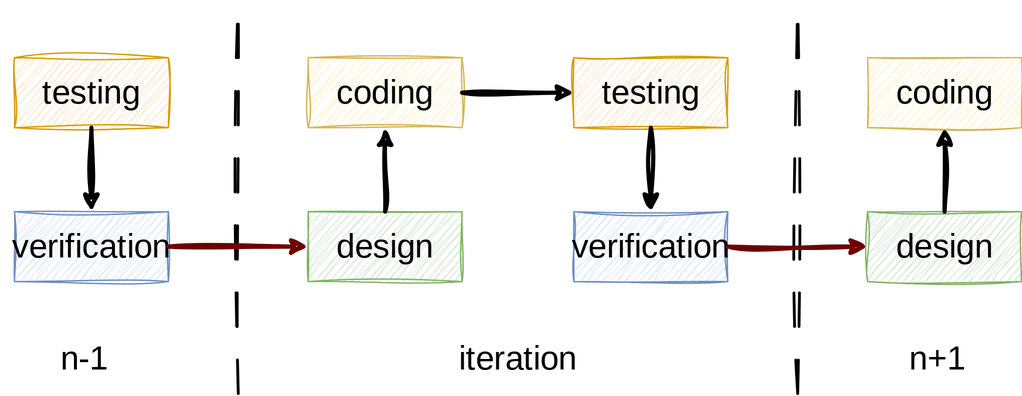
The draw.io diagram lectures/figures/iterative.drawio.svg in pintergreg/software-engineering, before a commit. Source tidied: cells renumbered, new cells last; positions are measured from the earlier drawing's top-left corner, leaving out a move shared by most shapes. Source of this version:
```xml
<mxGraphModel>
  <root>
    <mxCell id="0" />
    <mxCell id="1" parent="0" />
    <mxCell id="2" value="design" style="rounded=0;whiteSpace=wrap;html=1;fontSize=24;fontFamily=Delicious Handrawn;fontSource=https%3A%2F%2Ffonts.googleapis.com%2Fcss%3Ffamily%3DDelicious%2BHandrawn;fillColor=#d5e8d4;strokeColor=#82b366;sketch=1;curveFitting=1;jiggle=2;" parent="1" vertex="1">
      <mxGeometry x="220" y="150" width="110" height="50" as="geometry" />
    </mxCell>
    <mxCell id="3" value="coding" style="rounded=0;whiteSpace=wrap;html=1;fontSize=24;fontFamily=Delicious Handrawn;fontSource=https%3A%2F%2Ffonts.googleapis.com%2Fcss%3Ffamily%3DDelicious%2BHandrawn;fillColor=#fff2cc;strokeColor=#d6b656;sketch=1;curveFitting=1;jiggle=2;" parent="1" vertex="1">
      <mxGeometry x="220" y="40" width="110" height="50" as="geometry" />
    </mxCell>
    <mxCell id="4" value="testing" style="rounded=0;whiteSpace=wrap;html=1;fontSize=24;fontFamily=Delicious Handrawn;fontSource=https%3A%2F%2Ffonts.googleapis.com%2Fcss%3Ffamily%3DDelicious%2BHandrawn;fillColor=#ffe6cc;strokeColor=#d79b00;sketch=1;curveFitting=1;jiggle=2;" parent="1" vertex="1">
      <mxGeometry x="410" y="40" width="110" height="50" as="geometry" />
    </mxCell>
    <mxCell id="5" value="verification" style="rounded=0;whiteSpace=wrap;html=1;fontSize=24;fontFamily=Delicious Handrawn;fontSource=https%3A%2F%2Ffonts.googleapis.com%2Fcss%3Ffamily%3DDelicious%2BHandrawn;fillColor=#dae8fc;strokeColor=#6c8ebf;sketch=1;curveFitting=1;jiggle=2;" parent="1" vertex="1">
      <mxGeometry x="410" y="150" width="110" height="50" as="geometry" />
    </mxCell>
    <mxCell id="6" style="endArrow=classic;html=1;rounded=0;strokeWidth=3;sketch=1;curveFitting=1;jiggle=2;" parent="1" edge="1" source="2" target="3">
      <mxGeometry relative="1" as="geometry" />
    </mxCell>
    <mxCell id="7" style="endArrow=classic;html=1;rounded=0;strokeWidth=3;sketch=1;curveFitting=1;jiggle=2;" parent="1" edge="1" source="3" target="4">
      <mxGeometry relative="1" as="geometry" />
    </mxCell>
    <mxCell id="8" style="endArrow=classic;html=1;rounded=0;strokeWidth=3;sketch=1;curveFitting=1;jiggle=2;" parent="1" edge="1" source="4" target="5">
      <mxGeometry relative="1" as="geometry" />
    </mxCell>
    <mxCell id="9" style="endArrow=none;html=1;rounded=0;sketch=1;curveFitting=1;jiggle=2;strokeWidth=2;dashed=1;dashPattern=12 12;" parent="1" edge="1">
      <mxGeometry relative="1" as="geometry">
        <mxPoint x="170" y="280" as="sourcePoint" />
        <mxPoint x="170" as="targetPoint" />
      </mxGeometry>
    </mxCell>
    <mxCell id="10" style="endArrow=none;html=1;rounded=0;strokeWidth=2;dashed=1;dashPattern=12 12;sketch=1;curveFitting=1;jiggle=2;" parent="1" edge="1">
      <mxGeometry relative="1" as="geometry">
        <mxPoint x="570" y="280" as="sourcePoint" />
        <mxPoint x="570" as="targetPoint" />
      </mxGeometry>
    </mxCell>
    <mxCell id="11" value="design" style="rounded=0;whiteSpace=wrap;html=1;fontSize=24;fontFamily=Delicious Handrawn;fontSource=https%3A%2F%2Ffonts.googleapis.com%2Fcss%3Ffamily%3DDelicious%2BHandrawn;fillColor=#d5e8d4;strokeColor=#82b366;sketch=1;curveFitting=1;jiggle=2;" parent="1" vertex="1">
      <mxGeometry x="620" y="150" width="110" height="50" as="geometry" />
    </mxCell>
    <mxCell id="12" value="coding" style="rounded=0;whiteSpace=wrap;html=1;fontSize=24;fontFamily=Delicious Handrawn;fontSource=https%3A%2F%2Ffonts.googleapis.com%2Fcss%3Ffamily%3DDelicious%2BHandrawn;fillColor=#fff2cc;strokeColor=#d6b656;sketch=1;curveFitting=1;jiggle=2;" parent="1" vertex="1">
      <mxGeometry x="620" y="40" width="110" height="50" as="geometry" />
    </mxCell>
    <mxCell id="13" style="endArrow=classic;html=1;rounded=0;strokeWidth=3;sketch=1;curveFitting=1;jiggle=2;" parent="1" edge="1" source="11" target="12">
      <mxGeometry relative="1" as="geometry" />
    </mxCell>
    <mxCell id="14" value="testing" style="rounded=0;whiteSpace=wrap;html=1;fontSize=24;fontFamily=Delicious Handrawn;fontSource=https%3A%2F%2Ffonts.googleapis.com%2Fcss%3Ffamily%3DDelicious%2BHandrawn;fillColor=#ffe6cc;strokeColor=#d79b00;sketch=1;curveFitting=1;jiggle=2;" parent="1" vertex="1">
      <mxGeometry x="10" y="40" width="110" height="50" as="geometry" />
    </mxCell>
    <mxCell id="15" value="verification" style="rounded=0;whiteSpace=wrap;html=1;fontSize=24;fontFamily=Delicious Handrawn;fontSource=https%3A%2F%2Ffonts.googleapis.com%2Fcss%3Ffamily%3DDelicious%2BHandrawn;fillColor=#dae8fc;strokeColor=#6c8ebf;sketch=1;curveFitting=1;jiggle=2;" parent="1" vertex="1">
      <mxGeometry x="10" y="150" width="110" height="50" as="geometry" />
    </mxCell>
    <mxCell id="16" style="endArrow=classic;html=1;rounded=0;strokeWidth=3;sketch=1;curveFitting=1;jiggle=2;" parent="1" edge="1" source="14" target="15">
      <mxGeometry relative="1" as="geometry" />
    </mxCell>
    <mxCell id="17" style="endArrow=classic;html=1;rounded=0;strokeWidth=3;sketch=1;curveFitting=1;jiggle=2;fillColor=#a20025;strokeColor=#6F0000;" parent="1" edge="1" source="15" target="2">
      <mxGeometry relative="1" as="geometry" />
    </mxCell>
    <mxCell id="18" style="endArrow=classic;html=1;rounded=0;strokeWidth=3;sketch=1;curveFitting=1;jiggle=2;fillColor=#a20025;strokeColor=#6F0000;" parent="1" edge="1" source="5" target="11">
      <mxGeometry relative="1" as="geometry" />
    </mxCell>
    <mxCell id="19" value="iteration" style="text;html=1;align=center;verticalAlign=middle;whiteSpace=wrap;rounded=0;fontFamily=Delicious Handrawn;fontSource=https%3A%2F%2Ffonts.googleapis.com%2Fcss%3Ffamily%3DDelicious%2BHandrawn;fontSize=24;" parent="1" vertex="1">
      <mxGeometry x="290" y="240" width="160" height="30" as="geometry" />
    </mxCell>
    <mxCell id="20" value="n+1" style="text;html=1;align=center;verticalAlign=middle;whiteSpace=wrap;rounded=0;fontFamily=Delicious Handrawn;fontSource=https%3A%2F%2Ffonts.googleapis.com%2Fcss%3Ffamily%3DDelicious%2BHandrawn;fontSize=24;" parent="1" vertex="1">
      <mxGeometry x="610" y="240" width="120" height="30" as="geometry" />
    </mxCell>
    <mxCell id="21" value="n-1" style="text;html=1;align=center;verticalAlign=middle;whiteSpace=wrap;rounded=0;fontFamily=Delicious Handrawn;fontSource=https%3A%2F%2Ffonts.googleapis.com%2Fcss%3Ffamily%3DDelicious%2BHandrawn;fontSize=24;" parent="1" vertex="1">
      <mxGeometry y="240" width="120" height="30" as="geometry" />
    </mxCell>
  </root>
</mxGraphModel>
```
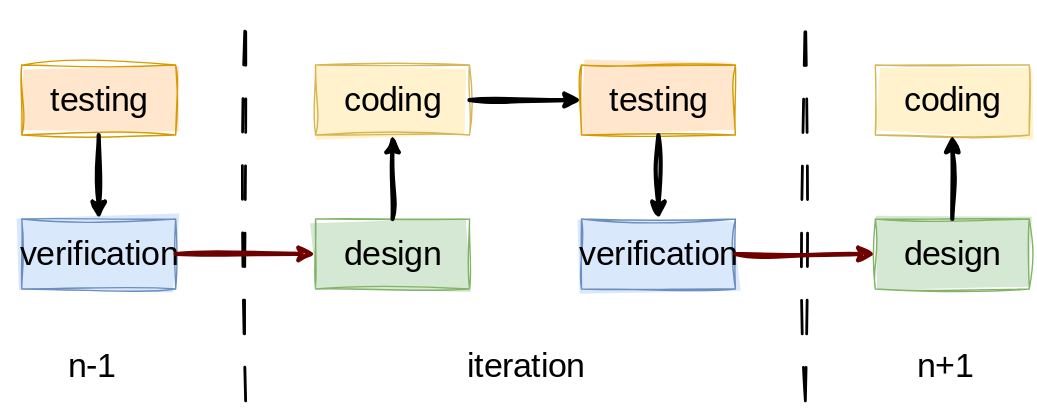
Above is the later version.

Change to the diagram source:
```diff
@@ -2,16 +2,16 @@
   <root>
     <mxCell id="0" />
     <mxCell id="1" parent="0" />
-    <mxCell id="2" value="design" style="rounded=0;whiteSpace=wrap;html=1;fontSize=24;fontFamily=Delicious Handrawn;fontSource=https%3A%2F%2Ffonts.googleapis.com%2Fcss%3Ffamily%3DDelicious%2BHandrawn;fillColor=#d5e8d4;strokeColor=#82b366;sketch=1;curveFitting=1;jiggle=2;" parent="1" vertex="1">
+    <mxCell id="2" value="design" style="rounded=0;whiteSpace=wrap;html=1;fontSize=24;fontFamily=Delicious Handrawn;fontSource=https%3A%2F%2Ffonts.googleapis.com%2Fcss%3Ffamily%3DDelicious%2BHandrawn;fillColor=#d5e8d4;strokeColor=#82b366;sketch=1;curveFitting=1;jiggle=2;fillStyle=solid;" parent="1" vertex="1">
       <mxGeometry x="220" y="150" width="110" height="50" as="geometry" />
     </mxCell>
-    <mxCell id="3" value="coding" style="rounded=0;whiteSpace=wrap;html=1;fontSize=24;fontFamily=Delicious Handrawn;fontSource=https%3A%2F%2Ffonts.googleapis.com%2Fcss%3Ffamily%3DDelicious%2BHandrawn;fillColor=#fff2cc;strokeColor=#d6b656;sketch=1;curveFitting=1;jiggle=2;" parent="1" vertex="1">
+    <mxCell id="3" value="coding" style="rounded=0;whiteSpace=wrap;html=1;fontSize=24;fontFamily=Delicious Handrawn;fontSource=https%3A%2F%2Ffonts.googleapis.com%2Fcss%3Ffamily%3DDelicious%2BHandrawn;fillColor=#fff2cc;strokeColor=#d6b656;sketch=1;curveFitting=1;jiggle=2;fillStyle=solid;" parent="1" vertex="1">
       <mxGeometry x="220" y="40" width="110" height="50" as="geometry" />
     </mxCell>
-    <mxCell id="4" value="testing" style="rounded=0;whiteSpace=wrap;html=1;fontSize=24;fontFamily=Delicious Handrawn;fontSource=https%3A%2F%2Ffonts.googleapis.com%2Fcss%3Ffamily%3DDelicious%2BHandrawn;fillColor=#ffe6cc;strokeColor=#d79b00;sketch=1;curveFitting=1;jiggle=2;" parent="1" vertex="1">
+    <mxCell id="4" value="testing" style="rounded=0;whiteSpace=wrap;html=1;fontSize=24;fontFamily=Delicious Handrawn;fontSource=https%3A%2F%2Ffonts.googleapis.com%2Fcss%3Ffamily%3DDelicious%2BHandrawn;fillColor=#ffe6cc;strokeColor=#d79b00;sketch=1;curveFitting=1;jiggle=2;fillStyle=solid;" parent="1" vertex="1">
       <mxGeometry x="410" y="40" width="110" height="50" as="geometry" />
     </mxCell>
-    <mxCell id="5" value="verification" style="rounded=0;whiteSpace=wrap;html=1;fontSize=24;fontFamily=Delicious Handrawn;fontSource=https%3A%2F%2Ffonts.googleapis.com%2Fcss%3Ffamily%3DDelicious%2BHandrawn;fillColor=#dae8fc;strokeColor=#6c8ebf;sketch=1;curveFitting=1;jiggle=2;" parent="1" vertex="1">
+    <mxCell id="5" value="verification" style="rounded=0;whiteSpace=wrap;html=1;fontSize=24;fontFamily=Delicious Handrawn;fontSource=https%3A%2F%2Ffonts.googleapis.com%2Fcss%3Ffamily%3DDelicious%2BHandrawn;fillColor=#dae8fc;strokeColor=#6c8ebf;sketch=1;curveFitting=1;jiggle=2;fillStyle=solid;" parent="1" vertex="1">
       <mxGeometry x="410" y="150" width="110" height="50" as="geometry" />
     </mxCell>
     <mxCell id="6" style="endArrow=classic;html=1;rounded=0;strokeWidth=3;sketch=1;curveFitting=1;jiggle=2;" parent="1" edge="1" source="2" target="3">
@@ -35,19 +35,19 @@
         <mxPoint x="570" as="targetPoint" />
       </mxGeometry>
     </mxCell>
-    <mxCell id="11" value="design" style="rounded=0;whiteSpace=wrap;html=1;fontSize=24;fontFamily=Delicious Handrawn;fontSource=https%3A%2F%2Ffonts.googleapis.com%2Fcss%3Ffamily%3DDelicious%2BHandrawn;fillColor=#d5e8d4;strokeColor=#82b366;sketch=1;curveFitting=1;jiggle=2;" parent="1" vertex="1">
+    <mxCell id="11" value="design" style="rounded=0;whiteSpace=wrap;html=1;fontSize=24;fontFamily=Delicious Handrawn;fontSource=https%3A%2F%2Ffonts.googleapis.com%2Fcss%3Ffamily%3DDelicious%2BHandrawn;fillColor=#d5e8d4;strokeColor=#82b366;sketch=1;curveFitting=1;jiggle=2;fillStyle=solid;" parent="1" vertex="1">
       <mxGeometry x="620" y="150" width="110" height="50" as="geometry" />
     </mxCell>
-    <mxCell id="12" value="coding" style="rounded=0;whiteSpace=wrap;html=1;fontSize=24;fontFamily=Delicious Handrawn;fontSource=https%3A%2F%2Ffonts.googleapis.com%2Fcss%3Ffamily%3DDelicious%2BHandrawn;fillColor=#fff2cc;strokeColor=#d6b656;sketch=1;curveFitting=1;jiggle=2;" parent="1" vertex="1">
+    <mxCell id="12" value="coding" style="rounded=0;whiteSpace=wrap;html=1;fontSize=24;fontFamily=Delicious Handrawn;fontSource=https%3A%2F%2Ffonts.googleapis.com%2Fcss%3Ffamily%3DDelicious%2BHandrawn;fillColor=#fff2cc;strokeColor=#d6b656;sketch=1;curveFitting=1;jiggle=2;fillStyle=solid;" parent="1" vertex="1">
       <mxGeometry x="620" y="40" width="110" height="50" as="geometry" />
     </mxCell>
     <mxCell id="13" style="endArrow=classic;html=1;rounded=0;strokeWidth=3;sketch=1;curveFitting=1;jiggle=2;" parent="1" edge="1" source="11" target="12">
       <mxGeometry relative="1" as="geometry" />
     </mxCell>
-    <mxCell id="14" value="testing" style="rounded=0;whiteSpace=wrap;html=1;fontSize=24;fontFamily=Delicious Handrawn;fontSource=https%3A%2F%2Ffonts.googleapis.com%2Fcss%3Ffamily%3DDelicious%2BHandrawn;fillColor=#ffe6cc;strokeColor=#d79b00;sketch=1;curveFitting=1;jiggle=2;" parent="1" vertex="1">
+    <mxCell id="14" value="testing" style="rounded=0;whiteSpace=wrap;html=1;fontSize=24;fontFamily=Delicious Handrawn;fontSource=https%3A%2F%2Ffonts.googleapis.com%2Fcss%3Ffamily%3DDelicious%2BHandrawn;fillColor=#ffe6cc;strokeColor=#d79b00;sketch=1;curveFitting=1;jiggle=2;fillStyle=solid;" parent="1" vertex="1">
       <mxGeometry x="10" y="40" width="110" height="50" as="geometry" />
     </mxCell>
-    <mxCell id="15" value="verification" style="rounded=0;whiteSpace=wrap;html=1;fontSize=24;fontFamily=Delicious Handrawn;fontSource=https%3A%2F%2Ffonts.googleapis.com%2Fcss%3Ffamily%3DDelicious%2BHandrawn;fillColor=#dae8fc;strokeColor=#6c8ebf;sketch=1;curveFitting=1;jiggle=2;" parent="1" vertex="1">
+    <mxCell id="15" value="verification" style="rounded=0;whiteSpace=wrap;html=1;fontSize=24;fontFamily=Delicious Handrawn;fontSource=https%3A%2F%2Ffonts.googleapis.com%2Fcss%3Ffamily%3DDelicious%2BHandrawn;fillColor=#dae8fc;strokeColor=#6c8ebf;sketch=1;curveFitting=1;jiggle=2;fillStyle=solid;" parent="1" vertex="1">
       <mxGeometry x="10" y="150" width="110" height="50" as="geometry" />
     </mxCell>
     <mxCell id="16" style="endArrow=classic;html=1;rounded=0;strokeWidth=3;sketch=1;curveFitting=1;jiggle=2;" parent="1" edge="1" source="14" target="15">
```
